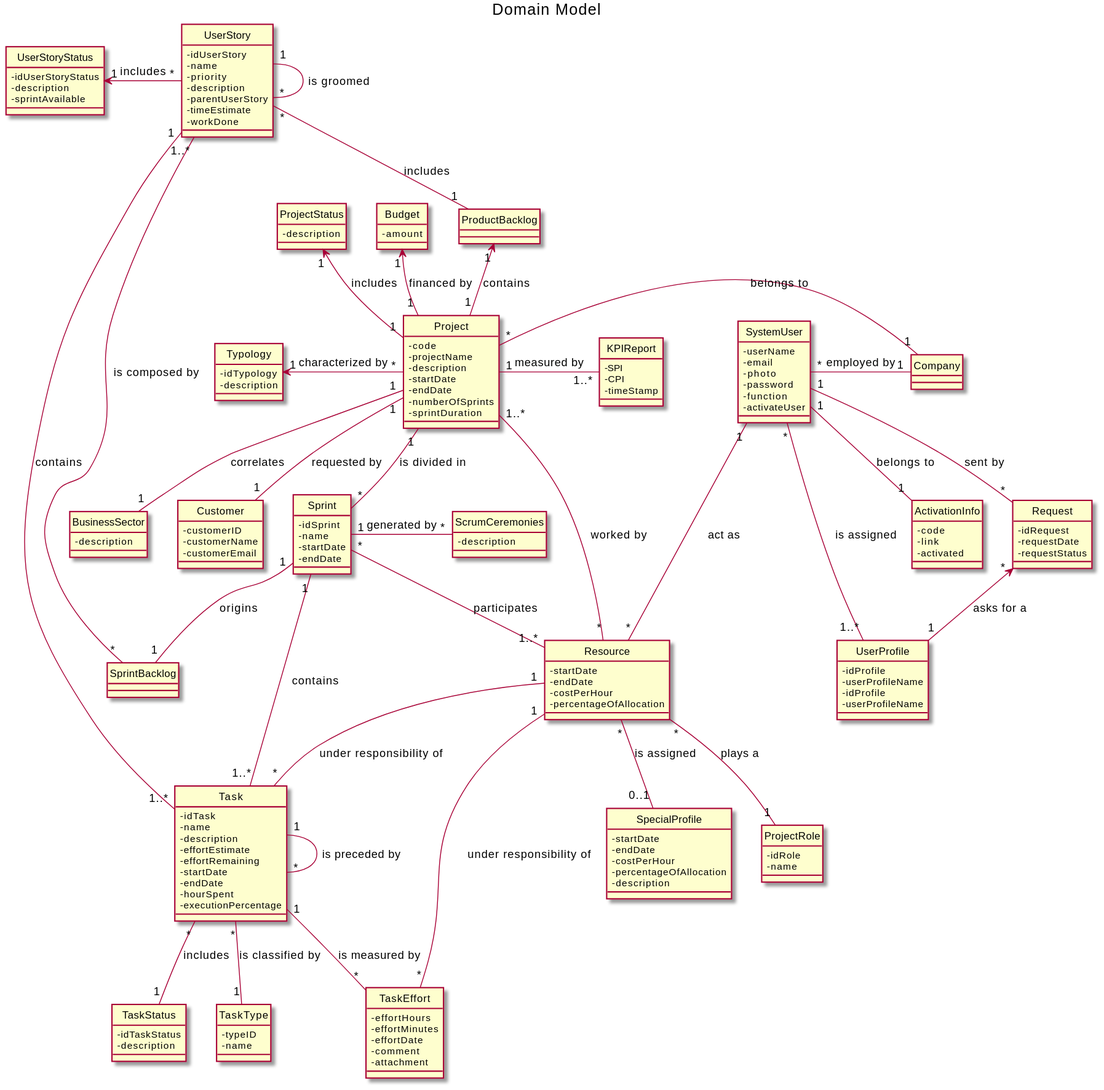
This is docs/Domain Model.svg from nunogon1211787/projectManagement, a PlantUML export, as it was before one commit.
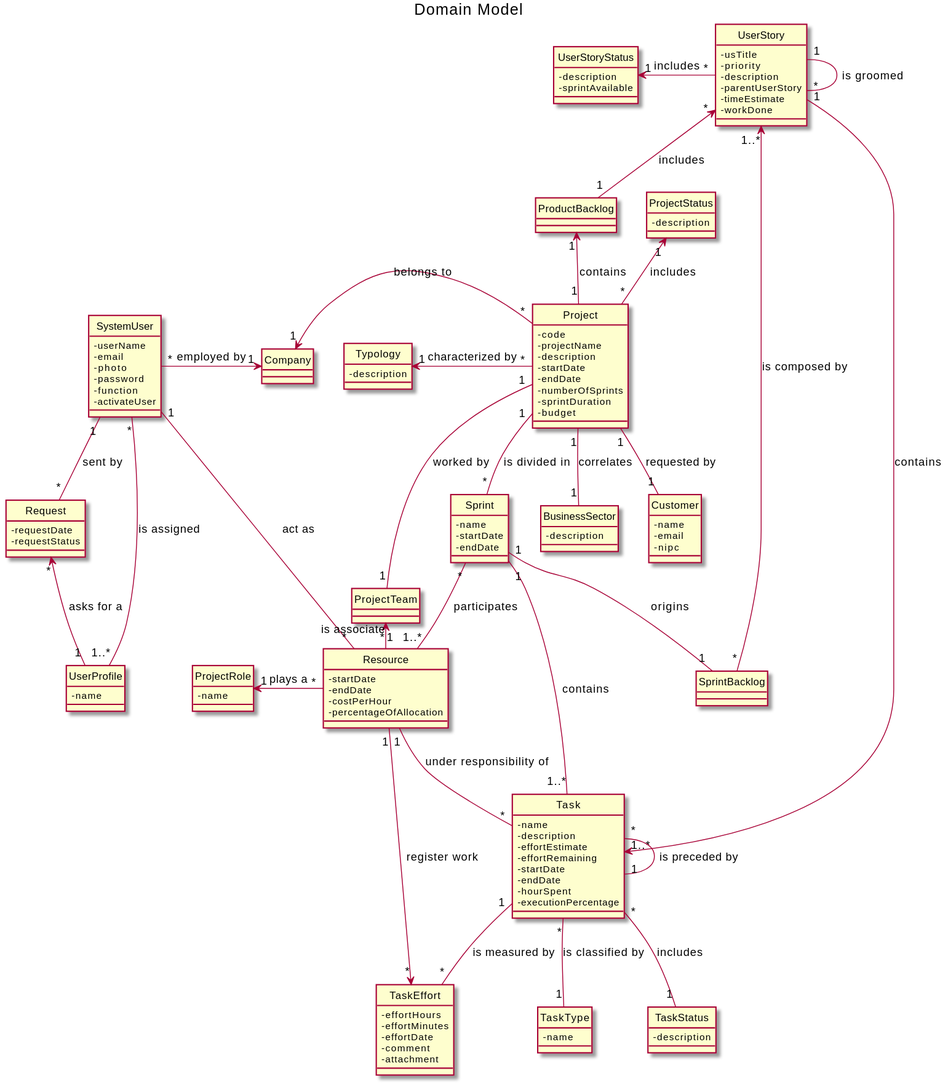
After the commit.

Commit message:
Refactoring : Refactoring Sprint Aggregate and SprintList renamed to SprintStore (resolve #107) Refactoring : Update the last MD and Create the new MD with DDD (resolve #96)

Diff of the diagram source:
```diff
@@ -5,7 +5,6 @@
 
 title Domain Model
 
-together {
 class Project{
 - code
 - projectName
@@ -14,24 +13,25 @@
 - endDate
 - numberOfSprints
 - sprintDuration
+- budget
 }
+
 class Typology{
-- idTypology
 - description
 }
+
 class ProductBacklog{
 }
+
 class SprintBacklog{
 }
+
 class Sprint{
-- idSprint
 - name
 - startDate
 - endDate
 }
-class ScrumCeremonies{
-- description
-}
+
 class TaskEffort{
 - effortHours
 - effortMinutes
@@ -39,8 +39,8 @@
 - comment
 - attachment
 }
+
 class Task{
-- idTask
 - name
 - description
 - effortEstimate
@@ -50,81 +50,67 @@
 - hourSpent
 - executionPercentage
 }
+
 class TaskStatus{
-- idTaskStatus
 - description
 }
+
 class TaskType{
-- typeID
 - name
 }
+
 class UserStoryStatus{
-- idUserStoryStatus
 - description
 - sprintAvailable
 }
+
 class UserStory{
-- idUserStory
-- name
+- usTitle
 - priority
 - description
 - parentUserStory
 - timeEstimate
 - workDone
 }
+
 class BusinessSector{
 - description
 }
-class Budget{
-- amount
-}
+
+
 class ProjectStatus{
 - description
 }
+
 class Customer{
-- customerID
-- customerName
-- customerEmail
+- name
+- email
+- nipc
 }
-class KPIReport{
-- SPI
-- CPI
-- timeStamp
-}
+
 class Company{
 }
+
 class Resource{
 - startDate
 - endDate
 - costPerHour
 - percentageOfAllocation
 }
-class SpecialProfile{
-- startDate
-- endDate
-- costPerHour
-- percentageOfAllocation
-}
-class SpecialProfile{
-- description
-}
+
 class ProjectRole{
-- idRole
 - name
 }
+
 class UserProfile{
-- idProfile
-- userProfileName
+- name
 }
-class UserProfile{
-- idProfile
-- userProfileName
-}
+
 class Request{
-- idRequest
 - requestDate
 - requestStatus
 }
+
 class SystemUser{
 - userName
 - email
@@ -133,45 +119,38 @@
 - function
 - activateUser
 }
-class ActivationInfo{
-- code
-- link
-- activated
+
+class ProjectTeam{
 }
 
 
-
-SystemUser "1" -- "1" ActivationInfo: belongs to
 SystemUser "1" -- "*" Request: sent by
 SystemUser "1" -- "*" Resource: act as
-Company "1" -left- "*" SystemUser: employed by
+Company "1" <-left- "*" SystemUser: employed by
 UserProfile "1..*" -- "*" SystemUser: is assigned
 Request "*" <-- "1" UserProfile: asks for a
-Resource "1" -- "*" TaskEffort: under responsibility of
 Resource "1..*" -up- "*" Sprint: participates
 Resource "1" -down- "*" Task: under responsibility of
-Resource "*" -- "1" ProjectRole: plays a
-Resource "*" -- "0..1" SpecialProfile: is assigned
-Sprint "1" -right- "*" ScrumCeremonies: generated by
+Resource "*" -left-> "1" ProjectRole: plays a
+Resource "*" -left-> "1" ProjectTeam: is associate
+Resource "1" --> "*" TaskEffort: register work
 SprintBacklog "1" -up- "1" Sprint: origins
 Task "1..*" -up- "1" Sprint: contains
 Task "*" -- "1" TaskStatus: includes
 Task "*" -- "1" TaskType: is classified by
 Task "1" -- "*" TaskEffort: is measured by
-Task "1..*" -up- "1" UserStory: contains
-Task "1" -- "*" Task: is preceded by
+Task "1..*" <-up- "1" UserStory: contains
+Task "1" -left- "*" Task: is preceded by
 UserStoryStatus "1" <-right- "*" UserStory: includes
 UserStory "1" -- "*" UserStory: is groomed
-UserStory "*" -- "1" ProductBacklog: includes
-UserStory "1..*" -right- "*" SprintBacklog: is composed by
+UserStory "*" <-- "1" ProductBacklog: includes
+UserStory "1..*" <-right- "*" SprintBacklog: is composed by
 ProductBacklog "1" <-- "1" Project: contains
 Project "1" -- "*" Sprint: is divided in
-Budget "1" <-- "1" Project: financed by
-Project "1" -up-> "1" ProjectStatus: includes
+Project "*" -up-> "1" ProjectStatus: includes
 Project "1" -- "1" Customer: requested by
-Project "1" -right- "1..*" KPIReport: measured by
-Project "*" -left- "1" Company: belongs to
-Project "1..*" -up- "*" Resource: worked by
+Project "*" -left-> "1" Company: belongs to
+Project "1" -- "1" ProjectTeam: worked by
 Project "1" -- "1" BusinessSector: correlates
 Typology "1" <-right- "*" Project: characterized by
 @enduml
```
